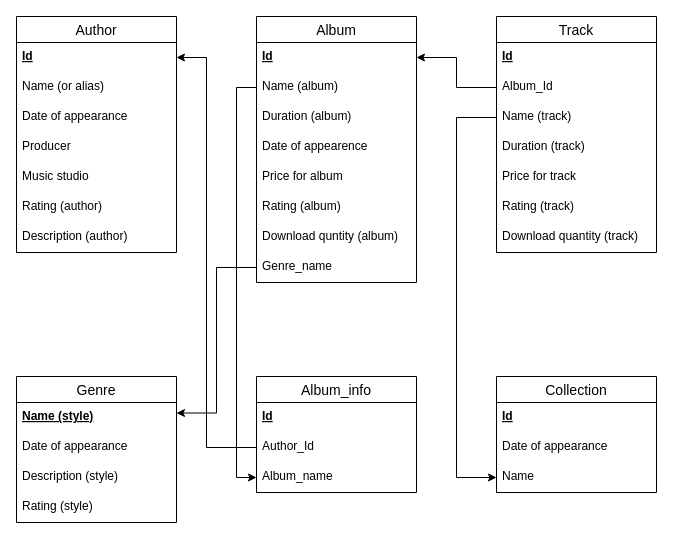
This is Untitled Diagram.drawio from Oleg-Stukalov/draw.io-schemes, a draw.io file, before an edit. Source tidied: cells renumbered, new cells numbered last; positions are measured from the earlier drawing's top-left corner, leaving out a move shared by most shapes. Both pictures are drawn from the tidied source at 100%, with x=0, y=0 at pixel (16, 16).
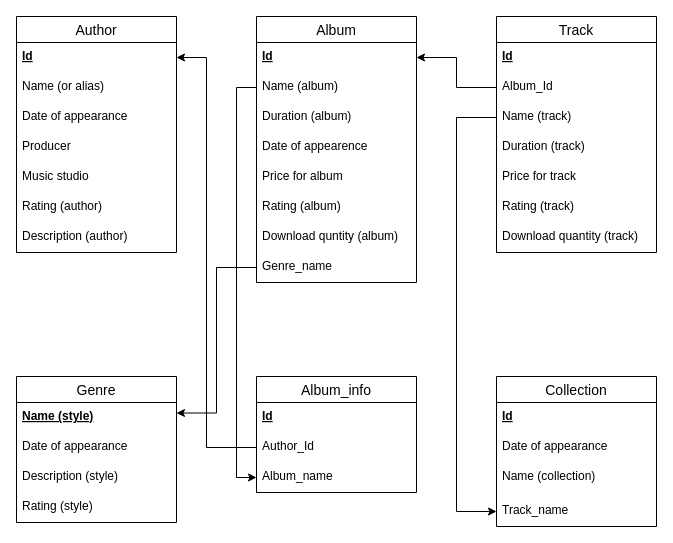
After the change.

The change refers to these unchanged cells:
```xml
<mxCell id="22" value="Name (track)" style="text;strokeColor=none;fillColor=none;spacingLeft=4;spacingRight=4;overflow=hidden;points=[[0,0.5],[1,0.5]];portConstraint=eastwest;fontSize=12;" parent="19" vertex="1">
  <mxGeometry y="86" width="160" height="30" as="geometry" />
</mxCell>
```

What changed in the source:
```diff
@@
     <mxCell id="33" value="Collection" style="swimlane;fontStyle=0;horizontal=1;startSize=26;align=center;fontSize=14;" parent="1" vertex="1">
-      <mxGeometry x="480" y="360" width="160" height="116" as="geometry" />
+      <mxGeometry x="480" y="360" width="160" height="150" as="geometry" />
     </mxCell>
@@
-    <mxCell id="36" value="Name" style="text;strokeColor=none;fillColor=none;spacingLeft=4;spacingRight=4;overflow=hidden;points=[[0,0.5],[1,0.5]];portConstraint=eastwest;fontSize=12;" parent="33" vertex="1">
-      <mxGeometry y="86" width="160" height="30" as="geometry" />
+    <mxCell id="36" value="Name (collection)" style="text;strokeColor=none;fillColor=none;spacingLeft=4;spacingRight=4;overflow=hidden;points=[[0,0.5],[1,0.5]];portConstraint=eastwest;fontSize=12;" parent="33" vertex="1">
+      <mxGeometry y="86" width="160" height="34" as="geometry" />
     </mxCell>
-    <mxCell id="37" style="edgeStyle=orthogonalEdgeStyle;rounded=0;jettySize=auto;html=1;exitX=0;exitY=0.5;exitDx=0;exitDy=0;entryX=0;entryY=0.5;entryDx=0;entryDy=0;" parent="1" edge="1" source="22" target="36">
-      <mxGeometry relative="1" as="geometry">
-        <Array as="points">
-          <mxPoint x="440" y="101" />
-          <mxPoint x="440" y="461" />
-        </Array>
-      </mxGeometry>
-    </mxCell>
+    <mxCell id="45" value="Track_name" style="text;strokeColor=none;fillColor=none;spacingLeft=4;spacingRight=4;overflow=hidden;points=[[0,0.5],[1,0.5]];portConstraint=eastwest;fontSize=12;" parent="33" vertex="1">
+      <mxGeometry y="120" width="160" height="30" as="geometry" />
+    </mxCell>
@@
+    <mxCell id="46" style="edgeStyle=orthogonalEdgeStyle;rounded=0;jettySize=auto;html=1;exitX=0;exitY=0.5;exitDx=0;exitDy=0;entryX=0;entryY=0.5;entryDx=0;entryDy=0;" parent="1" edge="1" source="22" target="45">
+      <mxGeometry relative="1" as="geometry">
+        <Array as="points">
+          <mxPoint x="440" y="101" />
+          <mxPoint x="440" y="495" />
+        </Array>
+      </mxGeometry>
+    </mxCell>
```
